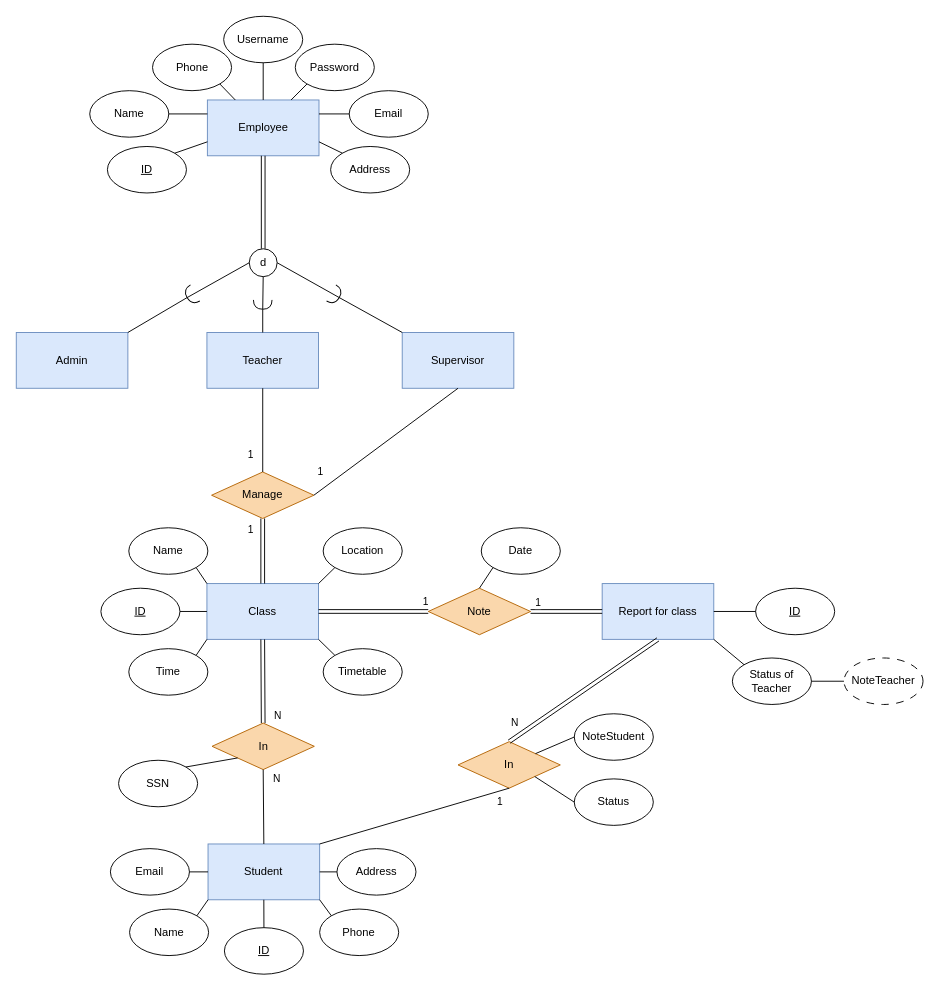
Before: Week 3/ERD.drawio in astr0tas/English-Center-Attendance-Check, a draw.io diagram. Source tidied: cells renumbered, new cells numbered last; positions are measured from the earlier drawing's top-left corner, leaving out a move shared by most shapes. Both pictures are drawn from the tidied source at 93%, with x=0, y=0 at pixel (16, 16).
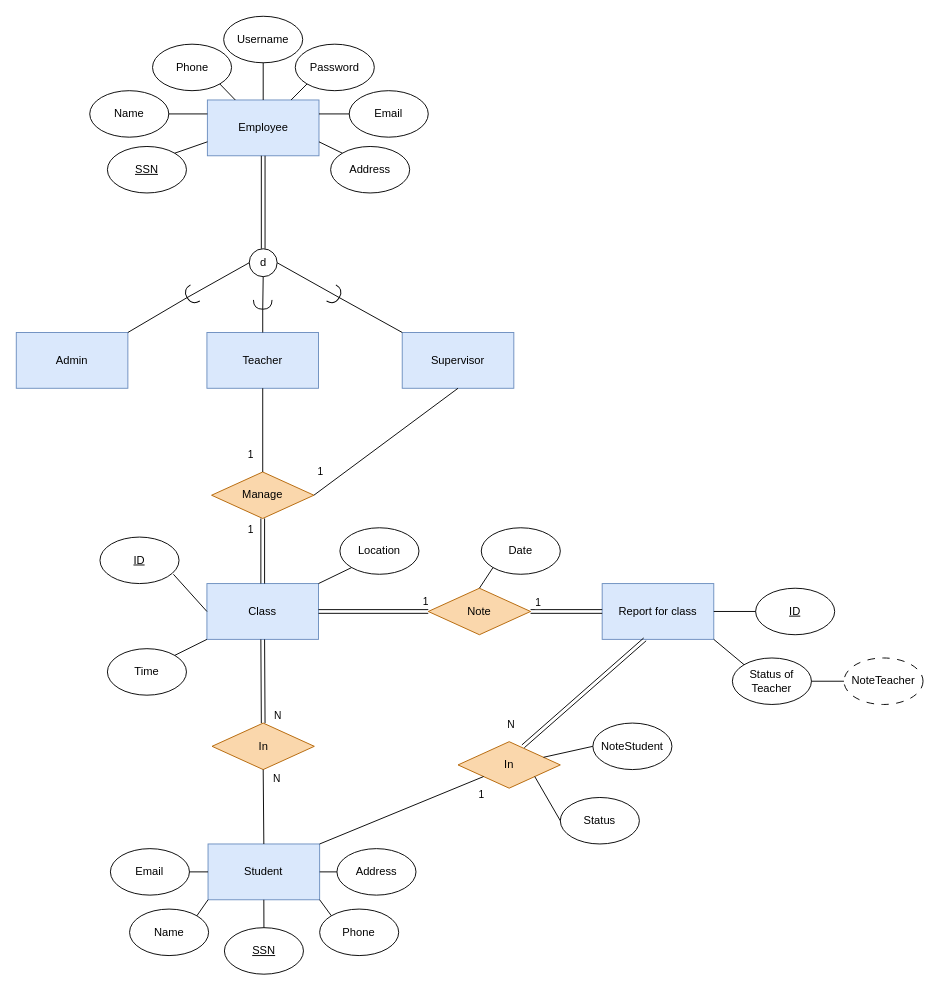
The same diagram, later.

The change refers to these unchanged cells:
```xml
<mxCell id="3" value="Student" style="rounded=0;whiteSpace=wrap;html=1;fillColor=#dae8fc;strokeColor=#6c8ebf;" parent="1" vertex="1">
  <mxGeometry x="206.2" y="890" width="120" height="60" as="geometry" />
</mxCell>
<mxCell id="4" value="Class" style="rounded=0;whiteSpace=wrap;html=1;fillColor=#dae8fc;strokeColor=#6c8ebf;" parent="1" vertex="1">
  <mxGeometry x="205" y="610" width="120" height="60" as="geometry" />
</mxCell>
<mxCell id="24" value="In" style="rhombus;whiteSpace=wrap;html=1;fillColor=#fad7ac;strokeColor=#b46504;" parent="1" vertex="1">
  <mxGeometry x="210.5" y="760" width="110" height="50" as="geometry" />
</mxCell>
<mxCell id="59" value="Report for class" style="rounded=0;whiteSpace=wrap;html=1;fillColor=#dae8fc;strokeColor=#6c8ebf;" parent="1" vertex="1">
  <mxGeometry x="630" y="610" width="120" height="60" as="geometry" />
</mxCell>
<mxCell id="80" value="In" style="rhombus;whiteSpace=wrap;html=1;fillColor=#fad7ac;strokeColor=#b46504;" parent="1" vertex="1">
  <mxGeometry x="475" y="780" width="110" height="50" as="geometry" />
</mxCell>
```

The edit, as a diff of the source:
```diff
@@
-    <mxCell id="10" value="&lt;u&gt;ID&lt;/u&gt;" style="ellipse;whiteSpace=wrap;html=1;" parent="1" vertex="1">
+    <mxCell id="10" value="&lt;u&gt;SSN&lt;/u&gt;" style="ellipse;whiteSpace=wrap;html=1;" parent="1" vertex="1">
       <mxGeometry x="98" y="140" width="85" height="50" as="geometry" />
     </mxCell>
@@
     <mxCell id="25" value="Time" style="ellipse;whiteSpace=wrap;html=1;" parent="1" vertex="1">
-      <mxGeometry x="121" y="680" width="85" height="50" as="geometry" />
+      <mxGeometry x="98" y="680" width="85" height="50" as="geometry" />
     </mxCell>
     <mxCell id="26" value="&lt;u&gt;ID&lt;/u&gt;" style="ellipse;whiteSpace=wrap;html=1;" parent="1" vertex="1">
-      <mxGeometry x="91" y="615" width="85" height="50" as="geometry" />
+      <mxGeometry x="90" y="560" width="85" height="50" as="geometry" />
     </mxCell>
-    <mxCell id="27" value="Name" style="ellipse;whiteSpace=wrap;html=1;" parent="1" vertex="1">
-      <mxGeometry x="121" y="550" width="85" height="50" as="geometry" />
-    </mxCell>
     <mxCell id="28" value="Location" style="ellipse;whiteSpace=wrap;html=1;" parent="1" vertex="1">
-      <mxGeometry x="330" y="550" width="85" height="50" as="geometry" />
+      <mxGeometry x="348" y="550" width="85" height="50" as="geometry" />
     </mxCell>
-    <mxCell id="29" value="Timetable" style="ellipse;whiteSpace=wrap;html=1;" parent="1" vertex="1">
-      <mxGeometry x="330" y="680" width="85" height="50" as="geometry" />
-    </mxCell>
@@
-    <mxCell id="31" value="&lt;u&gt;ID&lt;/u&gt;" style="ellipse;whiteSpace=wrap;html=1;" parent="1" vertex="1">
+    <mxCell id="31" value="&lt;u&gt;SSN&lt;/u&gt;" style="ellipse;whiteSpace=wrap;html=1;" parent="1" vertex="1">
       <mxGeometry x="223.8" y="980" width="85" height="50" as="geometry" />
     </mxCell>
-    <mxCell id="32" value="SSN" style="ellipse;whiteSpace=wrap;html=1;" parent="1" vertex="1">
-      <mxGeometry x="110" y="800" width="85" height="50" as="geometry" />
-    </mxCell>
@@
-    <mxCell id="40" style="endArrow=none;html=1;rounded=0;entryX=1;entryY=0;entryDx=0;entryDy=0;exitX=0;exitY=1;exitDx=0;exitDy=0;" parent="1" edge="1" source="24" target="32">
-      <mxGeometry relative="1" as="geometry" />
-    </mxCell>
-    <mxCell id="41" style="endArrow=none;html=1;rounded=0;entryX=0;entryY=0.5;entryDx=0;entryDy=0;exitX=1;exitY=0.5;exitDx=0;exitDy=0;" parent="1" edge="1" source="26" target="4">
+    <mxCell id="41" style="endArrow=none;html=1;rounded=0;entryX=0;entryY=0.5;entryDx=0;entryDy=0;exitX=0.929;exitY=0.8;exitDx=0;exitDy=0;exitPerimeter=0;" parent="1" edge="1" source="26" target="4">
       <mxGeometry relative="1" as="geometry" />
     </mxCell>
-    <mxCell id="42" style="endArrow=none;html=1;rounded=0;entryX=0;entryY=0;entryDx=0;entryDy=0;exitX=1;exitY=1;exitDx=0;exitDy=0;" parent="1" edge="1" source="27" target="4">
-      <mxGeometry relative="1" as="geometry" />
-    </mxCell>
@@
-    <mxCell id="45" style="endArrow=none;html=1;rounded=0;exitX=0;exitY=0;exitDx=0;exitDy=0;entryX=1;entryY=1;entryDx=0;entryDy=0;" parent="1" edge="1" source="29" target="4">
-      <mxGeometry relative="1" as="geometry" />
-    </mxCell>
@@
     <mxCell id="81" value="Status" style="ellipse;whiteSpace=wrap;html=1;" parent="1" vertex="1">
-      <mxGeometry x="600" y="820" width="85" height="50" as="geometry" />
+      <mxGeometry x="585" y="840" width="85" height="50" as="geometry" />
     </mxCell>
     <mxCell id="82" value="NoteStudent" style="ellipse;whiteSpace=wrap;html=1;" parent="1" vertex="1">
-      <mxGeometry x="600" y="750" width="85" height="50" as="geometry" />
+      <mxGeometry x="620" y="760" width="85" height="50" as="geometry" />
     </mxCell>
-    <mxCell id="83" style="endArrow=none;html=1;rounded=0;exitX=1;exitY=0;exitDx=0;exitDy=0;entryX=0.5;entryY=1;entryDx=0;entryDy=0;" parent="1" edge="1" source="3" target="80">
+    <mxCell id="83" style="endArrow=none;html=1;rounded=0;exitX=1;exitY=0;exitDx=0;exitDy=0;entryX=0;entryY=1;entryDx=0;entryDy=0;" parent="1" edge="1" source="3" target="80">
       <mxGeometry relative="1" as="geometry" />
     </mxCell>
@@
-    <mxCell id="85" style="endArrow=none;html=1;rounded=0;entryX=0.5;entryY=1;entryDx=0;entryDy=0;exitX=0.5;exitY=0;exitDx=0;exitDy=0;shape=link;" parent="1" edge="1" source="80" target="59">
+    <mxCell id="85" style="endArrow=none;html=1;rounded=0;entryX=0.383;entryY=1;entryDx=0;entryDy=0;exitX=0.636;exitY=0.1;exitDx=0;exitDy=0;shape=link;entryPerimeter=0;exitPerimeter=0;" parent="1" edge="1" source="80" target="59">
       <mxGeometry relative="1" as="geometry" />
     </mxCell>
```
